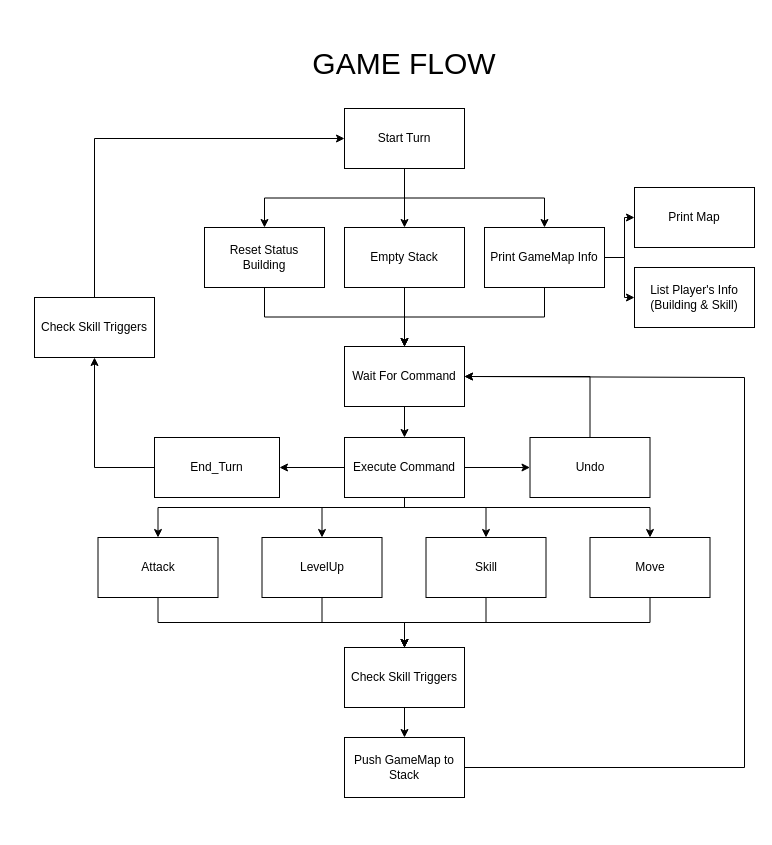
ilhamsyahids/Avatar-War-Game keeps this draw.io diagram as page "Game Flow" (4 of 8) of Flow Alstrukdat.drawio. Above is the earlier version. Source tidied: cells renumbered, new cells numbered last; positions are measured from the earlier drawing's top-left corner, leaving out a move shared by most shapes. Both pictures are drawn from the tidied source at 100%, with x=0, y=0 at pixel (34, 17).
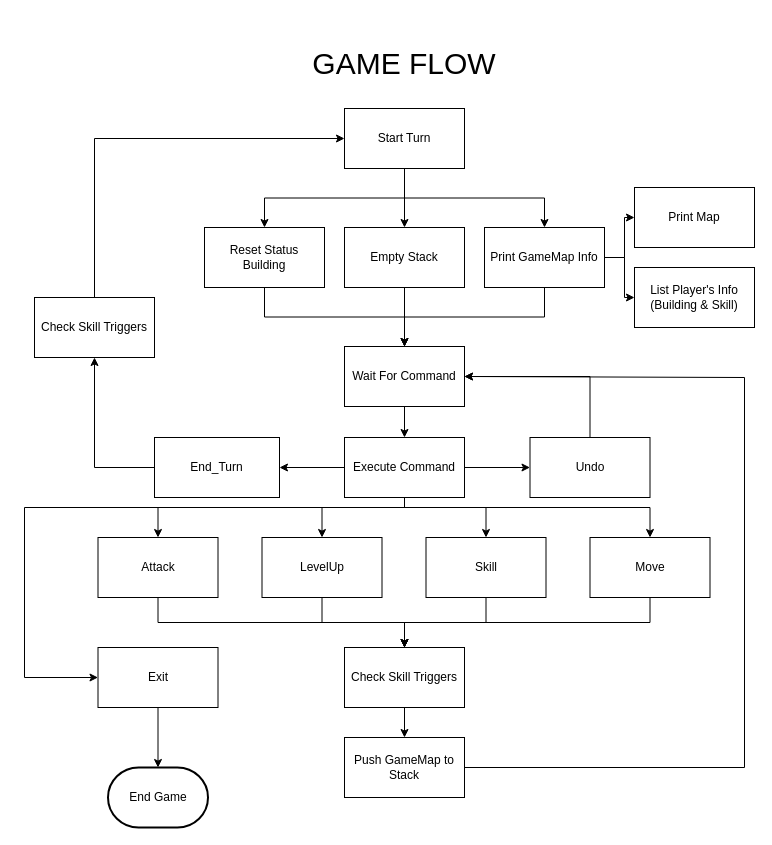
The same diagram, later.

Unchanged cells that the change refers to:
```xml
<mxCell id="25" value="Execute Command" style="rounded=0;whiteSpace=wrap;html=1;" parent="1" vertex="1">
  <mxGeometry x="310" y="420" width="120" height="60" as="geometry" />
</mxCell>
```

What changed in the source:
```diff
@@
+    <mxCell id="44" style="edgeStyle=orthogonalEdgeStyle;rounded=0;jettySize=auto;html=1;exitX=0.5;exitY=1;exitDx=0;exitDy=0;entryX=0;entryY=0.5;entryDx=0;entryDy=0;" parent="1" edge="1" source="25" target="46">
+      <mxGeometry relative="1" as="geometry">
+        <Array as="points">
+          <mxPoint x="370" y="490" />
+          <mxPoint x="-10" y="490" />
+          <mxPoint x="-10" y="660" />
+        </Array>
+      </mxGeometry>
+    </mxCell>
@@
+    <mxCell id="45" style="edgeStyle=orthogonalEdgeStyle;rounded=0;jettySize=auto;html=1;exitX=0.5;exitY=1;exitDx=0;exitDy=0;entryX=0.5;entryY=0;entryDx=0;entryDy=0;entryPerimeter=0;" parent="1" edge="1" source="46" target="47">
+      <mxGeometry relative="1" as="geometry" />
+    </mxCell>
+    <mxCell id="46" value="Exit" style="rounded=0;whiteSpace=wrap;html=1;" parent="1" vertex="1">
+      <mxGeometry x="63.5" y="630" width="120" height="60" as="geometry" />
+    </mxCell>
+    <mxCell id="47" value="End Game" style="strokeWidth=2;html=1;shape=mxgraph.flowchart.terminator;whiteSpace=wrap;" parent="1" vertex="1">
+      <mxGeometry x="73.5" y="750" width="100" height="60" as="geometry" />
+    </mxCell>
```
